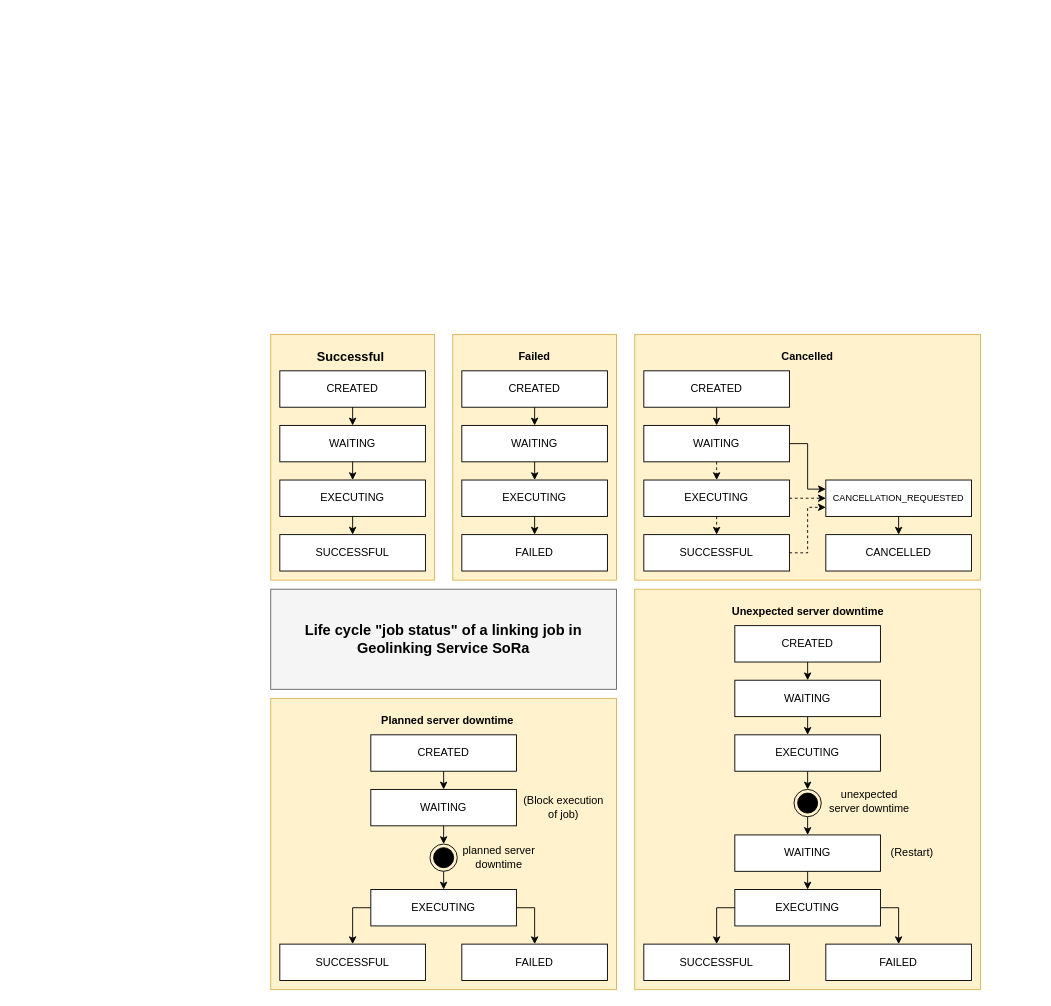
The draw.io diagram sora/flowcharts_job_status_001.drawio in traveller195/draw_io, before the edit. Source tidied: cells renumbered, new cells numbered last; positions are measured from the earlier drawing's top-left corner, leaving out a move shared by most shapes. Both pictures are drawn from the tidied source at 91%, with x=0, y=0 at pixel (270, 334).
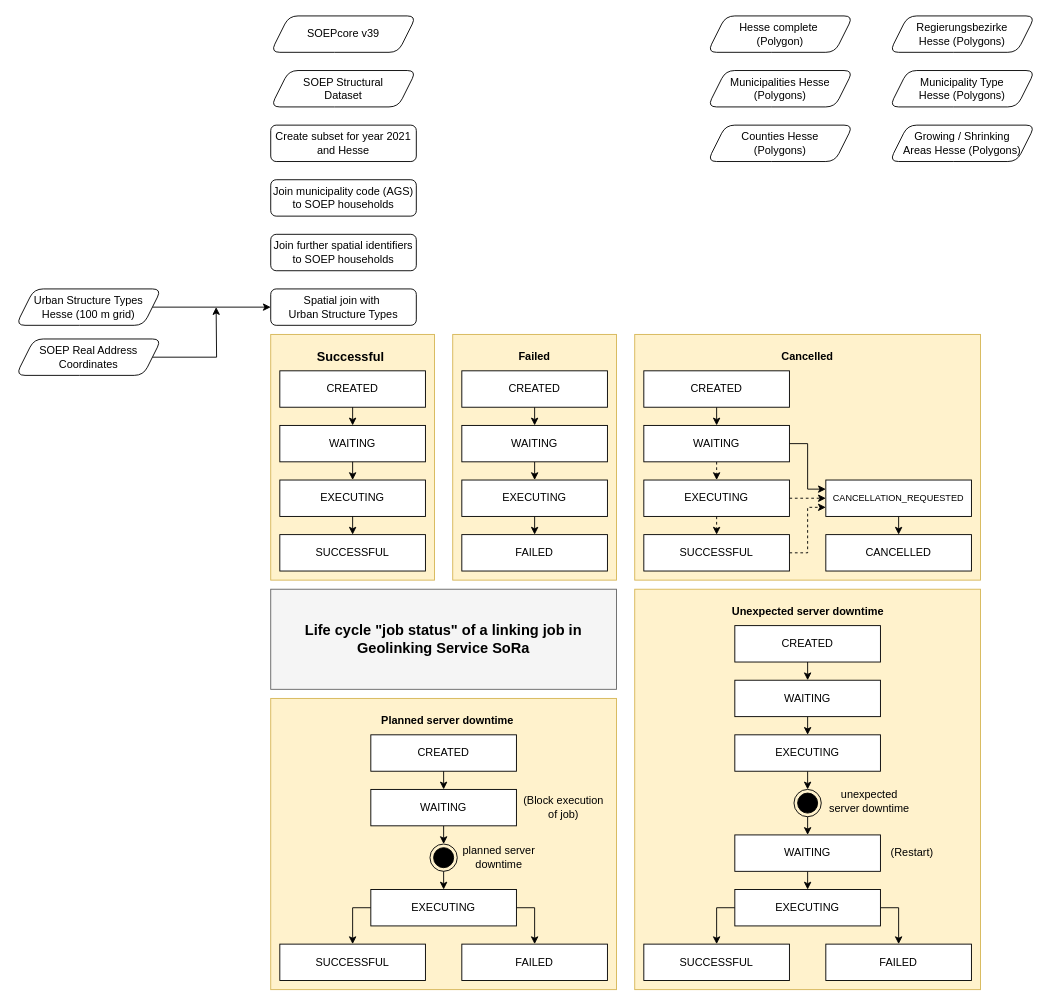
The same page after the edit.

The edit, as a diff of the source:
```diff
@@
+    <mxCell id="71" value="SOEP Structural&lt;br&gt;Dataset" style="shape=parallelogram;perimeter=parallelogramPerimeter;whiteSpace=wrap;html=1;fixedSize=1;rounded=1;" parent="1" vertex="1">
+      <mxGeometry y="-290" width="160" height="40" as="geometry" />
+    </mxCell>
+    <mxCell id="72" value="SOEPcore v39" style="shape=parallelogram;perimeter=parallelogramPerimeter;whiteSpace=wrap;html=1;fixedSize=1;rounded=1;" parent="1" vertex="1">
+      <mxGeometry y="-350" width="160" height="40" as="geometry" />
+    </mxCell>
+    <mxCell id="73" style="edgeStyle=orthogonalEdgeStyle;rounded=0;jettySize=auto;html=1;exitX=1;exitY=0.5;exitDx=0;exitDy=0;" parent="1" edge="1" source="74">
+      <mxGeometry relative="1" as="geometry">
+        <mxPoint x="-60" y="-30" as="targetPoint" />
+      </mxGeometry>
+    </mxCell>
+    <mxCell id="74" value="SOEP Real Address&lt;br&gt;Coordinates" style="shape=parallelogram;perimeter=parallelogramPerimeter;whiteSpace=wrap;html=1;fixedSize=1;rounded=1;" parent="1" vertex="1">
+      <mxGeometry x="-280" y="5" width="160" height="40" as="geometry" />
+    </mxCell>
+    <mxCell id="75" value="Hesse complete&amp;nbsp;&lt;br&gt;(Polygon)" style="shape=parallelogram;perimeter=parallelogramPerimeter;whiteSpace=wrap;html=1;fixedSize=1;rounded=1;" parent="1" vertex="1">
+      <mxGeometry x="480" y="-350" width="160" height="40" as="geometry" />
+    </mxCell>
+    <mxCell id="76" value="Municipalities Hesse&lt;br&gt;(Polygons)" style="shape=parallelogram;perimeter=parallelogramPerimeter;whiteSpace=wrap;html=1;fixedSize=1;rounded=1;" parent="1" vertex="1">
+      <mxGeometry x="480" y="-290" width="160" height="40" as="geometry" />
+    </mxCell>
+    <mxCell id="77" value="Counties Hesse&lt;br&gt;(Polygons)" style="shape=parallelogram;perimeter=parallelogramPerimeter;whiteSpace=wrap;html=1;fixedSize=1;rounded=1;" parent="1" vertex="1">
+      <mxGeometry x="480" y="-230" width="160" height="40" as="geometry" />
+    </mxCell>
+    <mxCell id="78" value="Regierungsbezirke&lt;br&gt;Hesse (Polygons)" style="shape=parallelogram;perimeter=parallelogramPerimeter;whiteSpace=wrap;html=1;fixedSize=1;rounded=1;" parent="1" vertex="1">
+      <mxGeometry x="680" y="-350" width="160" height="40" as="geometry" />
+    </mxCell>
+    <mxCell id="79" value="Municipality Type&lt;br&gt;Hesse (Polygons)" style="shape=parallelogram;perimeter=parallelogramPerimeter;whiteSpace=wrap;html=1;fixedSize=1;rounded=1;" parent="1" vertex="1">
+      <mxGeometry x="680" y="-290" width="160" height="40" as="geometry" />
+    </mxCell>
+    <mxCell id="80" value="Growing / Shrinking&lt;br&gt;Areas Hesse (Polygons)" style="shape=parallelogram;perimeter=parallelogramPerimeter;whiteSpace=wrap;html=1;fixedSize=1;rounded=1;" parent="1" vertex="1">
+      <mxGeometry x="680" y="-230" width="160" height="40" as="geometry" />
+    </mxCell>
+    <mxCell id="81" style="edgeStyle=orthogonalEdgeStyle;rounded=0;jettySize=auto;html=1;exitX=1;exitY=0.5;exitDx=0;exitDy=0;entryX=0;entryY=0.5;entryDx=0;entryDy=0;" parent="1" edge="1" source="82" target="86">
+      <mxGeometry relative="1" as="geometry" />
+    </mxCell>
+    <mxCell id="82" value="Urban Structure Types&lt;br&gt;Hesse (100 m grid)" style="shape=parallelogram;perimeter=parallelogramPerimeter;whiteSpace=wrap;html=1;fixedSize=1;rounded=1;" parent="1" vertex="1">
+      <mxGeometry x="-280" y="-50" width="160" height="40" as="geometry" />
+    </mxCell>
+    <mxCell id="83" value="Create subset for year 2021&lt;br&gt;and Hesse" style="rounded=1;whiteSpace=wrap;html=1;" parent="1" vertex="1">
+      <mxGeometry y="-230" width="160" height="40" as="geometry" />
+    </mxCell>
+    <mxCell id="84" value="Join municipality code (AGS)&lt;br&gt;to SOEP households" style="rounded=1;whiteSpace=wrap;html=1;" parent="1" vertex="1">
+      <mxGeometry y="-170" width="160" height="40" as="geometry" />
+    </mxCell>
+    <mxCell id="85" value="Join further spatial identifiers&lt;br&gt;to SOEP households" style="rounded=1;whiteSpace=wrap;html=1;" parent="1" vertex="1">
+      <mxGeometry y="-110" width="160" height="40" as="geometry" />
+    </mxCell>
+    <mxCell id="86" value="Spatial join with&amp;nbsp;&lt;br&gt;Urban Structure Types" style="rounded=1;whiteSpace=wrap;html=1;" parent="1" vertex="1">
+      <mxGeometry y="-50" width="160" height="40" as="geometry" />
+    </mxCell>
```
